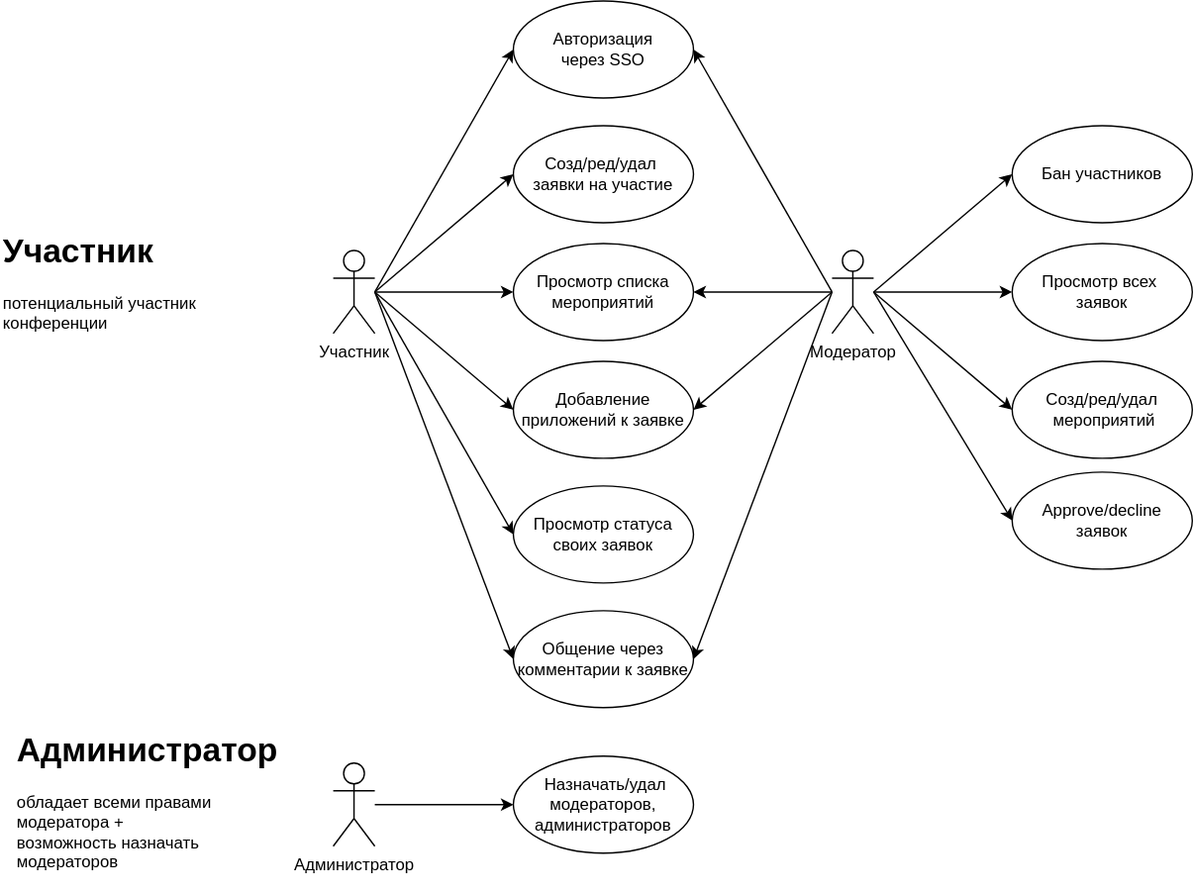
ybairamgalin/bmstu-database-course-work keeps this draw.io diagram as docs/use-case-diagram.svg. Above is the earlier version. Source tidied: cells renumbered, new cells last; positions are measured from the earlier drawing's top-left corner, leaving out a move shared by most shapes. Source of this version:
```xml
<mxGraphModel>
  <root>
    <mxCell id="0" />
    <mxCell id="1" parent="0" />
    <mxCell id="2" value="Участник" style="shape=umlActor;verticalLabelPosition=bottom;verticalAlign=top;html=1;outlineConnect=0;" parent="1" vertex="1">
      <mxGeometry x="240" y="180" width="30" height="60" as="geometry" />
    </mxCell>
    <mxCell id="3" value="Авторизация&lt;div&gt;через SSO&lt;/div&gt;" style="ellipse;whiteSpace=wrap;html=1;" parent="1" vertex="1">
      <mxGeometry x="370" width="130" height="70" as="geometry" />
    </mxCell>
    <mxCell id="4" value="Добавление приложений к заявке" style="ellipse;whiteSpace=wrap;html=1;" parent="1" vertex="1">
      <mxGeometry x="370" y="260" width="130" height="70" as="geometry" />
    </mxCell>
    <mxCell id="5" value="Просмотр статуса&lt;div&gt;своих заявок&lt;/div&gt;" style="ellipse;whiteSpace=wrap;html=1;" parent="1" vertex="1">
      <mxGeometry x="370" y="350" width="130" height="70" as="geometry" />
    </mxCell>
    <mxCell id="6" value="Созд/ред/удал&amp;nbsp;&lt;div&gt;заявки на участие&lt;/div&gt;" style="ellipse;whiteSpace=wrap;html=1;" parent="1" vertex="1">
      <mxGeometry x="370" y="90" width="130" height="70" as="geometry" />
    </mxCell>
    <mxCell id="7" value="Просмотр списка мероприятий" style="ellipse;whiteSpace=wrap;html=1;" parent="1" vertex="1">
      <mxGeometry x="370" y="175" width="130" height="70" as="geometry" />
    </mxCell>
    <mxCell id="8" value="Общение через комментарии к заявке" style="ellipse;whiteSpace=wrap;html=1;" parent="1" vertex="1">
      <mxGeometry x="370" y="440" width="130" height="70" as="geometry" />
    </mxCell>
    <mxCell id="9" style="endArrow=classic;html=1;rounded=0;entryX=0;entryY=0.5;entryDx=0;entryDy=0;" parent="1" edge="1" source="2" target="7">
      <mxGeometry relative="1" as="geometry" />
    </mxCell>
    <mxCell id="10" style="endArrow=classic;html=1;rounded=0;entryX=0;entryY=0.5;entryDx=0;entryDy=0;" parent="1" edge="1" target="6">
      <mxGeometry relative="1" as="geometry">
        <mxPoint x="270" y="210" as="sourcePoint" />
      </mxGeometry>
    </mxCell>
    <mxCell id="11" style="endArrow=classic;html=1;rounded=0;entryX=0;entryY=0.5;entryDx=0;entryDy=0;" parent="1" edge="1" target="4">
      <mxGeometry relative="1" as="geometry">
        <mxPoint x="270" y="210" as="sourcePoint" />
      </mxGeometry>
    </mxCell>
    <mxCell id="12" style="endArrow=classic;html=1;rounded=0;entryX=0;entryY=0.5;entryDx=0;entryDy=0;" parent="1" edge="1" target="5">
      <mxGeometry relative="1" as="geometry">
        <mxPoint x="270" y="210" as="sourcePoint" />
      </mxGeometry>
    </mxCell>
    <mxCell id="13" style="endArrow=classic;html=1;rounded=0;entryX=0;entryY=0.5;entryDx=0;entryDy=0;" parent="1" edge="1" target="8">
      <mxGeometry relative="1" as="geometry">
        <mxPoint x="270" y="210" as="sourcePoint" />
      </mxGeometry>
    </mxCell>
    <mxCell id="14" style="endArrow=classic;html=1;rounded=0;entryX=0;entryY=0.5;entryDx=0;entryDy=0;" parent="1" edge="1" target="3">
      <mxGeometry relative="1" as="geometry">
        <mxPoint x="270" y="210" as="sourcePoint" />
      </mxGeometry>
    </mxCell>
    <mxCell id="15" value="Модератор" style="shape=umlActor;verticalLabelPosition=bottom;verticalAlign=top;html=1;" parent="1" vertex="1">
      <mxGeometry x="600" y="180" width="30" height="60" as="geometry" />
    </mxCell>
    <mxCell id="16" style="endArrow=classic;html=1;rounded=0;entryX=1;entryY=0.5;entryDx=0;entryDy=0;" parent="1" edge="1" target="7">
      <mxGeometry relative="1" as="geometry">
        <mxPoint x="600" y="210" as="sourcePoint" />
      </mxGeometry>
    </mxCell>
    <mxCell id="17" style="endArrow=classic;html=1;rounded=0;entryX=1;entryY=0.5;entryDx=0;entryDy=0;" parent="1" edge="1" target="4">
      <mxGeometry relative="1" as="geometry">
        <mxPoint x="600" y="210" as="sourcePoint" />
      </mxGeometry>
    </mxCell>
    <mxCell id="18" style="endArrow=classic;html=1;rounded=0;entryX=1;entryY=0.5;entryDx=0;entryDy=0;" parent="1" edge="1" target="8">
      <mxGeometry relative="1" as="geometry">
        <mxPoint x="600" y="210" as="sourcePoint" />
      </mxGeometry>
    </mxCell>
    <mxCell id="19" style="endArrow=classic;html=1;rounded=0;entryX=1;entryY=0.5;entryDx=0;entryDy=0;" parent="1" edge="1" target="3">
      <mxGeometry relative="1" as="geometry">
        <mxPoint x="600" y="210" as="sourcePoint" />
      </mxGeometry>
    </mxCell>
    <mxCell id="20" value="Просмотр всех&amp;nbsp;&lt;div&gt;заявок&lt;/div&gt;" style="ellipse;whiteSpace=wrap;html=1;" parent="1" vertex="1">
      <mxGeometry x="730" y="175" width="130" height="70" as="geometry" />
    </mxCell>
    <mxCell id="21" style="endArrow=classic;html=1;rounded=0;entryX=0;entryY=0.5;entryDx=0;entryDy=0;" parent="1" edge="1" target="20">
      <mxGeometry relative="1" as="geometry">
        <mxPoint x="630" y="210" as="sourcePoint" />
      </mxGeometry>
    </mxCell>
    <mxCell id="22" value="Созд/ред/удал&lt;div&gt;&amp;nbsp;мероприятий&lt;/div&gt;" style="ellipse;whiteSpace=wrap;html=1;" parent="1" vertex="1">
      <mxGeometry x="730" y="260" width="130" height="70" as="geometry" />
    </mxCell>
    <mxCell id="23" value="&lt;div&gt;Approve/decline&lt;/div&gt;&lt;div&gt;заявок&lt;/div&gt;" style="ellipse;whiteSpace=wrap;html=1;" parent="1" vertex="1">
      <mxGeometry x="730" y="340" width="130" height="70" as="geometry" />
    </mxCell>
    <mxCell id="24" value="&lt;div&gt;Бан участников&lt;/div&gt;" style="ellipse;whiteSpace=wrap;html=1;" parent="1" vertex="1">
      <mxGeometry x="730" y="90" width="130" height="70" as="geometry" />
    </mxCell>
    <mxCell id="25" style="endArrow=classic;html=1;rounded=0;entryX=0;entryY=0.5;entryDx=0;entryDy=0;" parent="1" edge="1" target="24">
      <mxGeometry relative="1" as="geometry">
        <mxPoint x="630" y="210" as="sourcePoint" />
      </mxGeometry>
    </mxCell>
    <mxCell id="26" style="endArrow=classic;html=1;rounded=0;entryX=0;entryY=0.5;entryDx=0;entryDy=0;" parent="1" edge="1" target="22">
      <mxGeometry relative="1" as="geometry">
        <mxPoint x="630" y="210" as="sourcePoint" />
      </mxGeometry>
    </mxCell>
    <mxCell id="27" style="endArrow=classic;html=1;rounded=0;entryX=0;entryY=0.5;entryDx=0;entryDy=0;" parent="1" edge="1" target="23">
      <mxGeometry relative="1" as="geometry">
        <mxPoint x="630" y="210" as="sourcePoint" />
      </mxGeometry>
    </mxCell>
    <mxCell id="28" value="Администратор" style="shape=umlActor;verticalLabelPosition=bottom;verticalAlign=top;html=1;outlineConnect=0;" parent="1" vertex="1">
      <mxGeometry x="240" y="550" width="30" height="60" as="geometry" />
    </mxCell>
    <mxCell id="29" value="&amp;nbsp;Назначать/удал модераторов, администраторов" style="ellipse;whiteSpace=wrap;html=1;" parent="1" vertex="1">
      <mxGeometry x="370" y="545" width="130" height="70" as="geometry" />
    </mxCell>
    <mxCell id="30" value="&lt;h1 style=&quot;margin-top: 0px;&quot;&gt;Администратор&lt;/h1&gt;&lt;div&gt;обладает всеми правами модератора +&amp;nbsp;&lt;/div&gt;&lt;div&gt;возможность назначать модераторов&lt;/div&gt;" style="text;html=1;whiteSpace=wrap;overflow=hidden;rounded=0;" parent="1" vertex="1">
      <mxGeometry x="10" y="520" width="200" height="120" as="geometry" />
    </mxCell>
    <mxCell id="31" value="&lt;h1 style=&quot;margin-top: 0px;&quot;&gt;Участник&amp;nbsp;&lt;/h1&gt;&lt;div&gt;потенциальный участник конференции&lt;/div&gt;" style="text;html=1;whiteSpace=wrap;overflow=hidden;rounded=0;" parent="1" vertex="1">
      <mxGeometry y="160" width="180" height="120" as="geometry" />
    </mxCell>
    <mxCell id="32" style="endArrow=classic;html=1;rounded=0;entryX=0;entryY=0.5;entryDx=0;entryDy=0;" parent="1" edge="1" source="28" target="29">
      <mxGeometry relative="1" as="geometry" />
    </mxCell>
  </root>
</mxGraphModel>
```
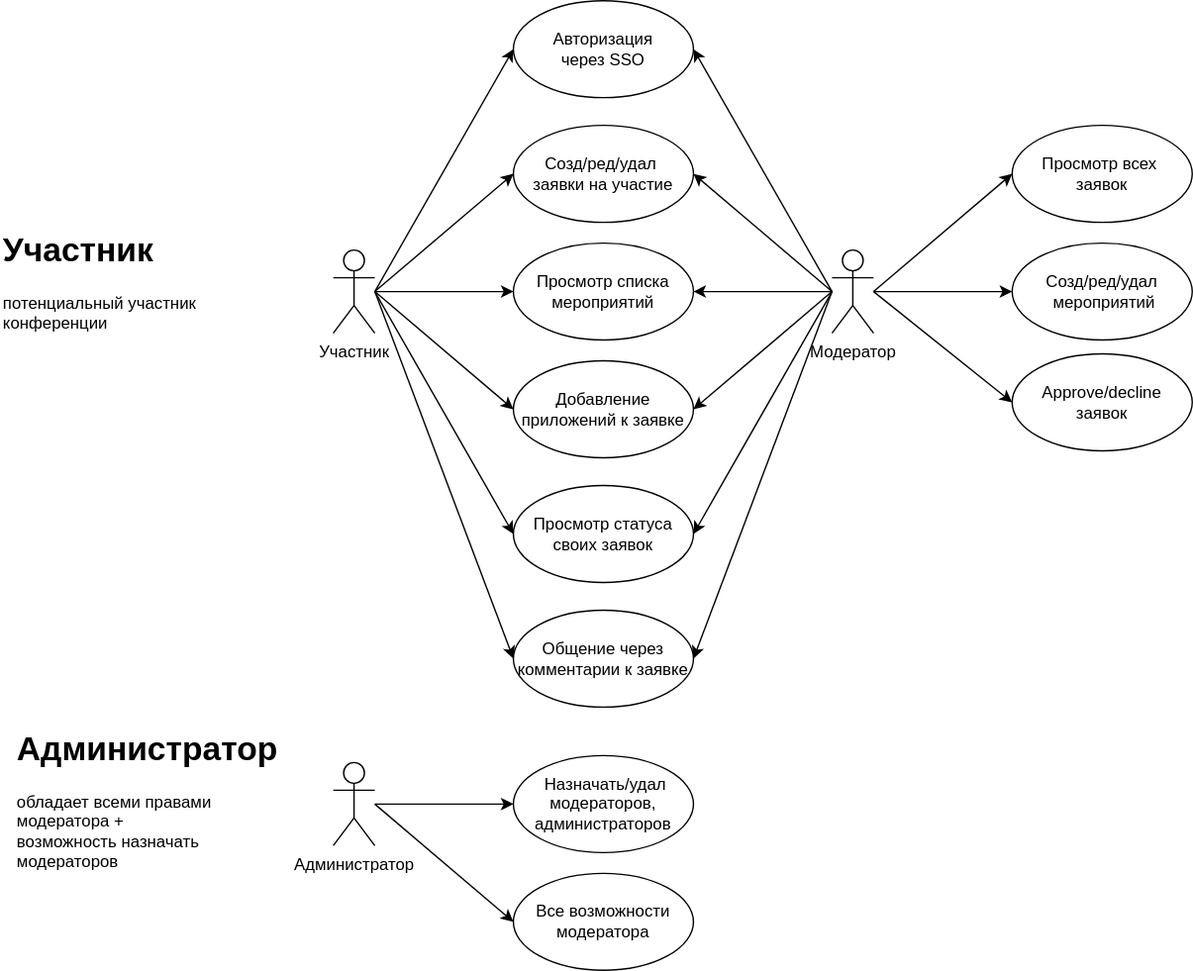
Above is the later version.

The edit, as a diff of the source:
```diff
@@ -75,7 +75,7 @@
       </mxGeometry>
     </mxCell>
     <mxCell id="20" value="Просмотр всех&amp;nbsp;&lt;div&gt;заявок&lt;/div&gt;" style="ellipse;whiteSpace=wrap;html=1;" parent="1" vertex="1">
-      <mxGeometry x="730" y="175" width="130" height="70" as="geometry" />
+      <mxGeometry x="730" y="90" width="130" height="70" as="geometry" />
     </mxCell>
     <mxCell id="21" style="endArrow=classic;html=1;rounded=0;entryX=0;entryY=0.5;entryDx=0;entryDy=0;" parent="1" edge="1" target="20">
       <mxGeometry relative="1" as="geometry">
@@ -83,19 +83,11 @@
       </mxGeometry>
     </mxCell>
     <mxCell id="22" value="Созд/ред/удал&lt;div&gt;&amp;nbsp;мероприятий&lt;/div&gt;" style="ellipse;whiteSpace=wrap;html=1;" parent="1" vertex="1">
-      <mxGeometry x="730" y="260" width="130" height="70" as="geometry" />
+      <mxGeometry x="730" y="175" width="130" height="70" as="geometry" />
     </mxCell>
     <mxCell id="23" value="&lt;div&gt;Approve/decline&lt;/div&gt;&lt;div&gt;заявок&lt;/div&gt;" style="ellipse;whiteSpace=wrap;html=1;" parent="1" vertex="1">
-      <mxGeometry x="730" y="340" width="130" height="70" as="geometry" />
+      <mxGeometry x="730" y="255" width="130" height="70" as="geometry" />
     </mxCell>
-    <mxCell id="24" value="&lt;div&gt;Бан участников&lt;/div&gt;" style="ellipse;whiteSpace=wrap;html=1;" parent="1" vertex="1">
-      <mxGeometry x="730" y="90" width="130" height="70" as="geometry" />
-    </mxCell>
-    <mxCell id="25" style="endArrow=classic;html=1;rounded=0;entryX=0;entryY=0.5;entryDx=0;entryDy=0;" parent="1" edge="1" target="24">
-      <mxGeometry relative="1" as="geometry">
-        <mxPoint x="630" y="210" as="sourcePoint" />
-      </mxGeometry>
-    </mxCell>
     <mxCell id="26" style="endArrow=classic;html=1;rounded=0;entryX=0;entryY=0.5;entryDx=0;entryDy=0;" parent="1" edge="1" target="22">
       <mxGeometry relative="1" as="geometry">
         <mxPoint x="630" y="210" as="sourcePoint" />
@@ -121,5 +113,23 @@
     <mxCell id="32" style="endArrow=classic;html=1;rounded=0;entryX=0;entryY=0.5;entryDx=0;entryDy=0;" parent="1" edge="1" source="28" target="29">
       <mxGeometry relative="1" as="geometry" />
     </mxCell>
+    <mxCell id="33" value="Все возможности модератора" style="ellipse;whiteSpace=wrap;html=1;" parent="1" vertex="1">
+      <mxGeometry x="370" y="630" width="130" height="70" as="geometry" />
+    </mxCell>
+    <mxCell id="34" style="endArrow=classic;html=1;rounded=0;entryX=0;entryY=0.5;entryDx=0;entryDy=0;" parent="1" edge="1" target="33">
+      <mxGeometry relative="1" as="geometry">
+        <mxPoint x="270" y="580" as="sourcePoint" />
+      </mxGeometry>
+    </mxCell>
+    <mxCell id="35" style="endArrow=classic;html=1;rounded=0;entryX=1;entryY=0.5;entryDx=0;entryDy=0;" parent="1" edge="1" target="5">
+      <mxGeometry relative="1" as="geometry">
+        <mxPoint x="600" y="210" as="sourcePoint" />
+      </mxGeometry>
+    </mxCell>
+    <mxCell id="36" style="endArrow=classic;html=1;rounded=0;entryX=1;entryY=0.5;entryDx=0;entryDy=0;" parent="1" edge="1" target="6">
+      <mxGeometry relative="1" as="geometry">
+        <mxPoint x="600" y="210" as="sourcePoint" />
+      </mxGeometry>
+    </mxCell>
   </root>
 </mxGraphModel>
```
